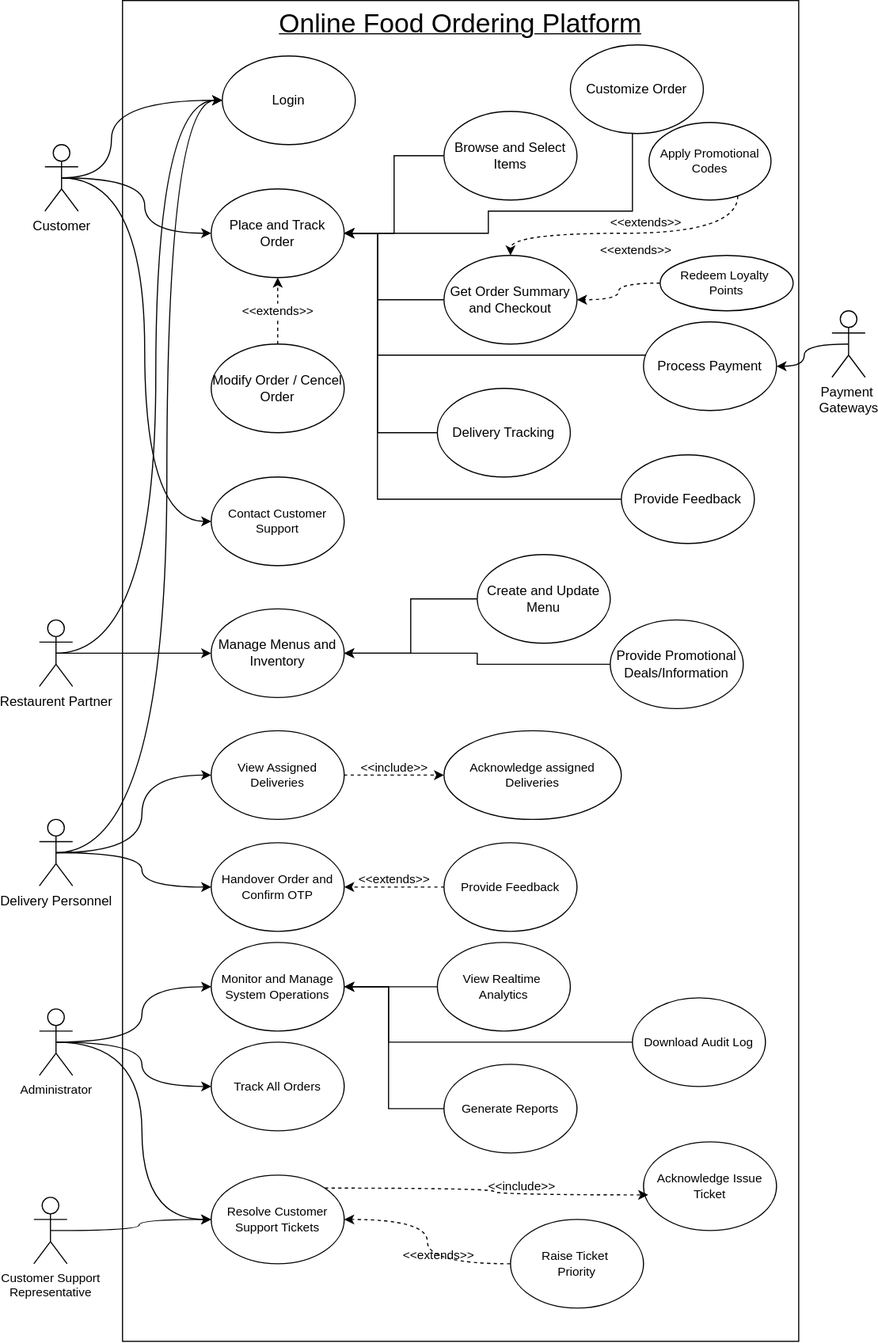
Earlier version of the draw.io export SE.svg (Night-Legion/Food_Delivery). Source tidied: cells renumbered, new cells last; positions are measured from the earlier drawing's top-left corner, leaving out a move shared by most shapes.
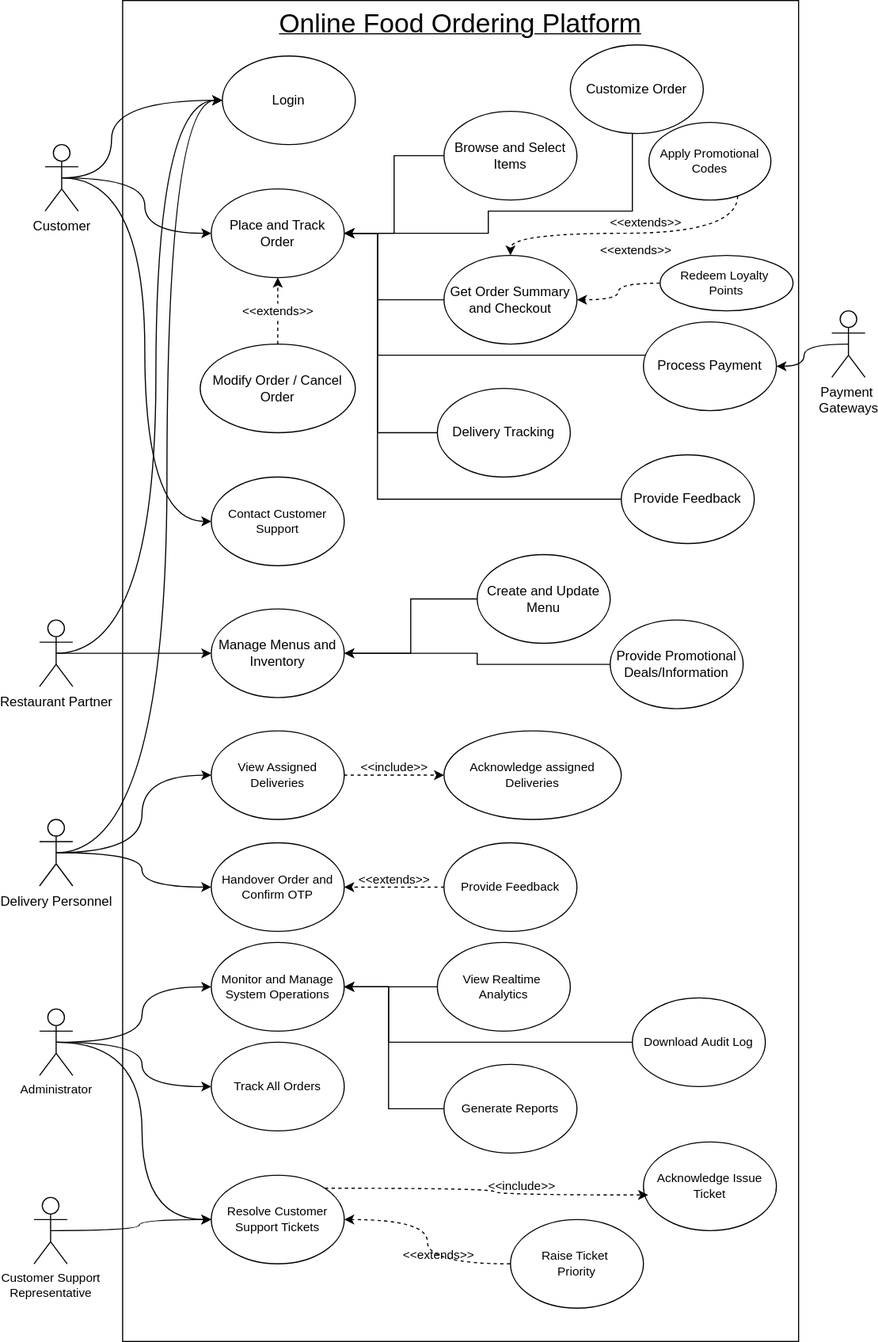
After the change.

The edit, as a diff of the source:
```diff
@@ -33,7 +33,7 @@
         </Array>
       </mxGeometry>
     </mxCell>
-    <mxCell id="9" value="Restaurent Partner" style="shape=umlActor;verticalLabelPosition=bottom;verticalAlign=top;html=1;outlineConnect=0;fillColor=default;rounded=0;" parent="1" vertex="1">
+    <mxCell id="9" value="Restaurant Partner" style="shape=umlActor;verticalLabelPosition=bottom;verticalAlign=top;html=1;outlineConnect=0;fillColor=default;rounded=0;" parent="1" vertex="1">
       <mxGeometry x="5" y="559" width="30" height="60" as="geometry" />
     </mxCell>
     <mxCell id="10" style="edgeStyle=orthogonalEdgeStyle;rounded=0;jettySize=auto;html=1;exitX=0.5;exitY=0.5;exitDx=0;exitDy=0;exitPerimeter=0;curved=1;" parent="1" edge="1" source="13" target="15">
@@ -130,8 +130,8 @@
     <mxCell id="30" value="&amp;lt;&amp;lt;extends&lt;span style=&quot;background-color: light-dark(#ffffff, var(--ge-dark-color, #121212)); color: light-dark(rgb(0, 0, 0), rgb(255, 255, 255));&quot;&gt;&amp;gt;&amp;gt;&lt;/span&gt;" style="edgeStyle=orthogonalEdgeStyle;rounded=0;jettySize=auto;html=1;dashed=1;curved=1;" parent="1" edge="1" source="31" target="14">
       <mxGeometry relative="1" as="geometry" />
     </mxCell>
-    <mxCell id="31" value="Modify Order / Cencel Order" style="ellipse;whiteSpace=wrap;html=1;fillStyle=auto;" parent="1" vertex="1">
-      <mxGeometry x="160" y="310" width="120" height="80" as="geometry" />
+    <mxCell id="31" value="Modify Order / Cancel Order" style="ellipse;whiteSpace=wrap;html=1;fillStyle=auto;" parent="1" vertex="1">
+      <mxGeometry x="150" y="310" width="140" height="80" as="geometry" />
     </mxCell>
     <mxCell id="32" value="Manage Menus and Inventory" style="ellipse;whiteSpace=wrap;html=1;" parent="1" vertex="1">
       <mxGeometry x="160" y="549" width="120" height="80" as="geometry" />
```
